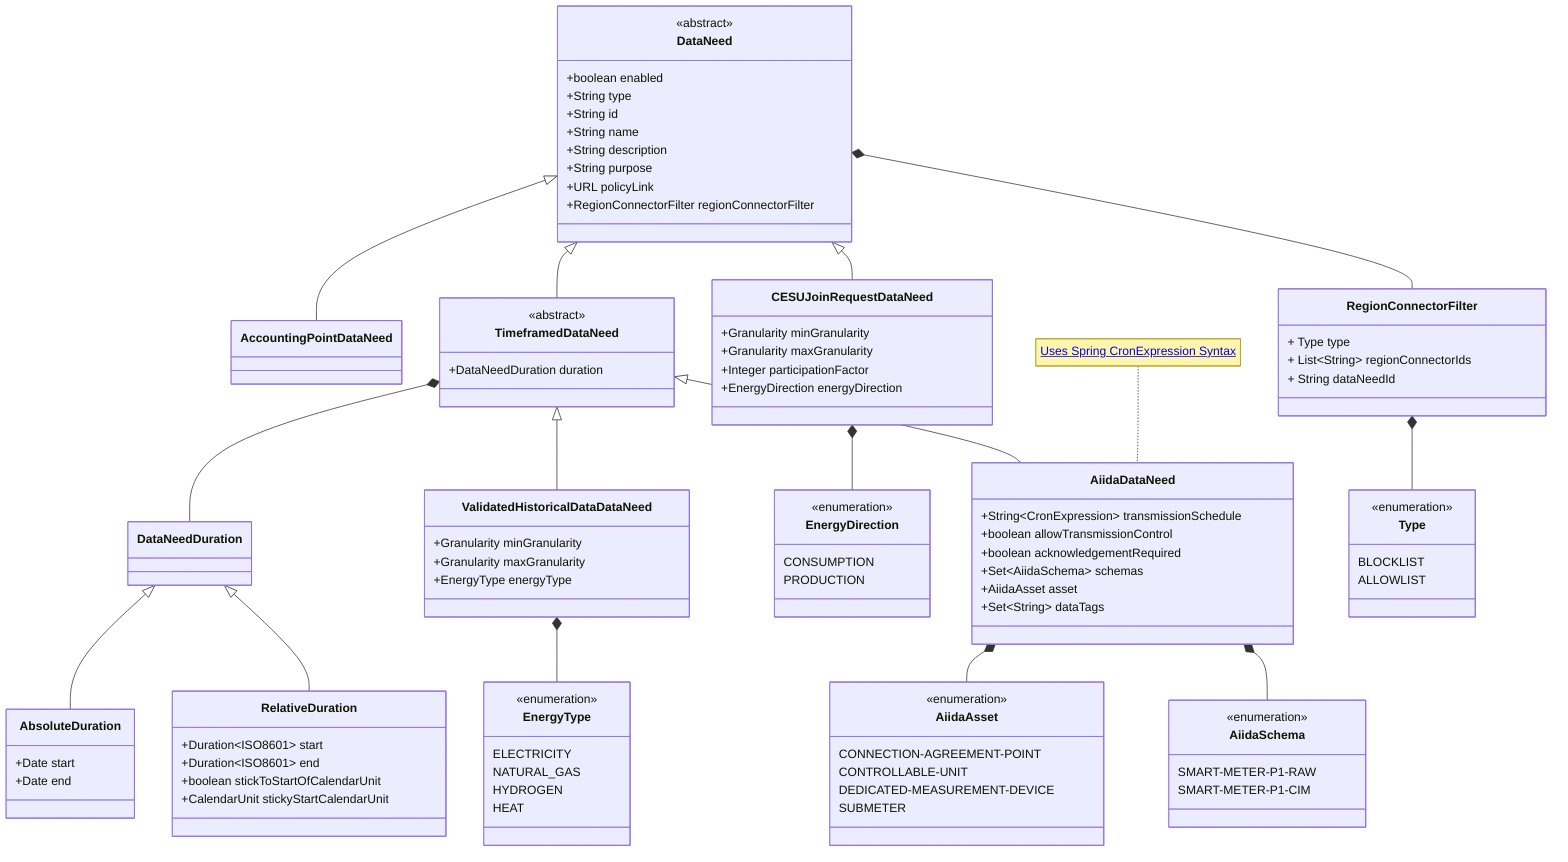
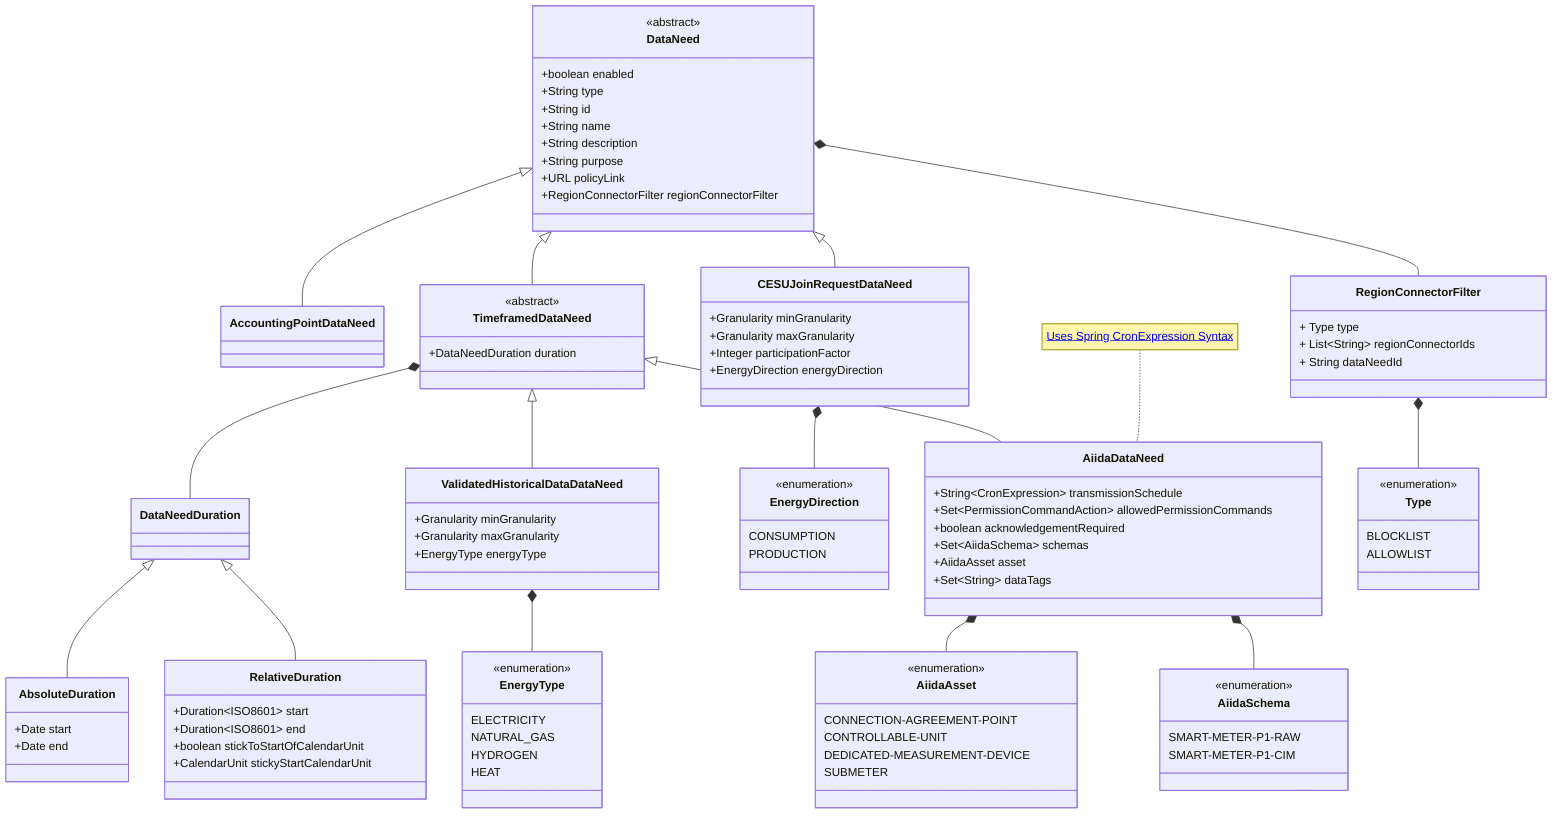
%% SPDX-FileCopyrightText: 2025 The EDDIE Developers <eddie.developers@fh-hagenberg.at>
%% SPDX-License-Identifier: Apache-2.0
classDiagram
    class DataNeed {
        <<abstract>>
        +boolean enabled
        +String type
        +String id
        +String name
        +String description
        +String purpose
        +URL policyLink
        +RegionConnectorFilter regionConnectorFilter
    }

    class AccountingPointDataNeed

    class TimeframedDataNeed {
        <<abstract>>
        +DataNeedDuration duration
    }

    class ValidatedHistoricalDataDataNeed {
        +Granularity minGranularity
        +Granularity maxGranularity
        +EnergyType energyType
    }

    class AiidaDataNeed {
        +String~CronExpression~ transmissionSchedule
-         +boolean allowTransmissionControl
+         +Set~PermissionCommandAction~ allowedPermissionCommands
        +boolean acknowledgementRequired
        +Set~AiidaSchema~ schemas
        +AiidaAsset asset
        +Set~String~ dataTags
    }
    note for AiidaDataNeed "<a href='https://docs.spring.io/spring-framework/docs/current/javadoc-api/org/springframework/scheduling/support/CronExpression.html'>Uses Spring CronExpression Syntax</a>"

    class CESUJoinRequestDataNeed {
        +Granularity minGranularity
        +Granularity maxGranularity
        +Integer participationFactor
        +EnergyDirection energyDirection
    }
    class EnergyDirection {
        <<enumeration>>
        CONSUMPTION
        PRODUCTION
    }

    class EnergyType {
        <<enumeration>>
        ELECTRICITY
        NATURAL_GAS
        HYDROGEN
        HEAT
    }

    class AiidaSchema {
        <<enumeration>>
        SMART-METER-P1-RAW
        SMART-METER-P1-CIM
    }

    class AiidaAsset {
        <<enumeration>>
        CONNECTION-AGREEMENT-POINT
        CONTROLLABLE-UNIT
        DEDICATED-MEASUREMENT-DEVICE
        SUBMETER
    }

    class DataNeedDuration

    class RelativeDuration {
        +Duration~ISO8601~ start
        +Duration~ISO8601~ end
        +boolean stickToStartOfCalendarUnit
        +CalendarUnit stickyStartCalendarUnit
    }

    class AbsoluteDuration {
        +Date start
        +Date end
    }
    class RegionConnectorFilter {
        + Type type
        + List~String~ regionConnectorIds
        + String dataNeedId
    }
    class Type {
        <<enumeration>>
        BLOCKLIST
        ALLOWLIST
    }

    DataNeed <|-- AccountingPointDataNeed
    DataNeed <|-- TimeframedDataNeed
    TimeframedDataNeed *-- DataNeedDuration
    TimeframedDataNeed <|-- ValidatedHistoricalDataDataNeed
    ValidatedHistoricalDataDataNeed *-- EnergyType
    DataNeedDuration <|-- AbsoluteDuration
    DataNeedDuration <|-- RelativeDuration
    AiidaDataNeed *-- AiidaAsset
    AiidaDataNeed *-- AiidaSchema
    TimeframedDataNeed <|-- AiidaDataNeed
    DataNeed <|-- CESUJoinRequestDataNeed
    CESUJoinRequestDataNeed *-- EnergyDirection
    DataNeed *-- RegionConnectorFilter
    RegionConnectorFilter *-- Type
